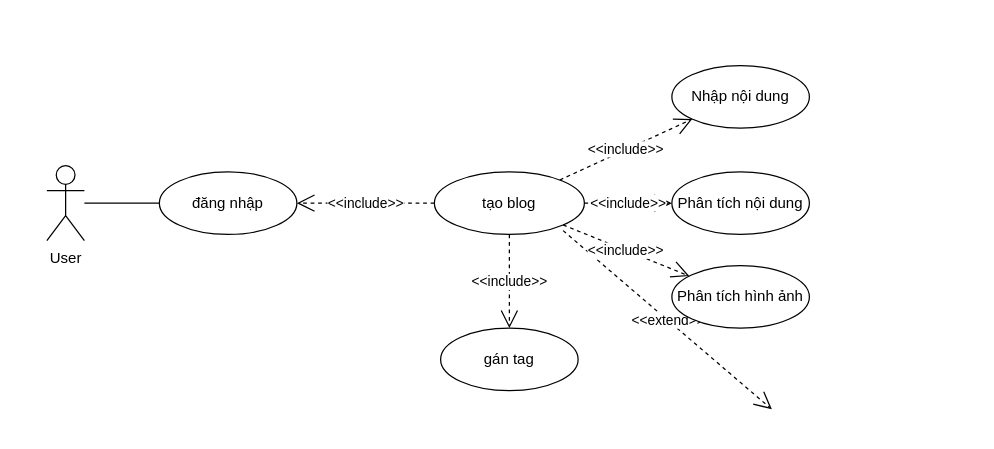
Earlier version of the draw.io diagram BlogProject/BlogProject/Taoblog.drawio (TranThanhHoang123/Blog). Source tidied: cells renumbered, new cells numbered last; positions are measured from the earlier drawing's top-left corner, leaving out a move shared by most shapes. Both pictures are drawn from the tidied source at 125%, with x=0, y=0 at pixel (46, 65).
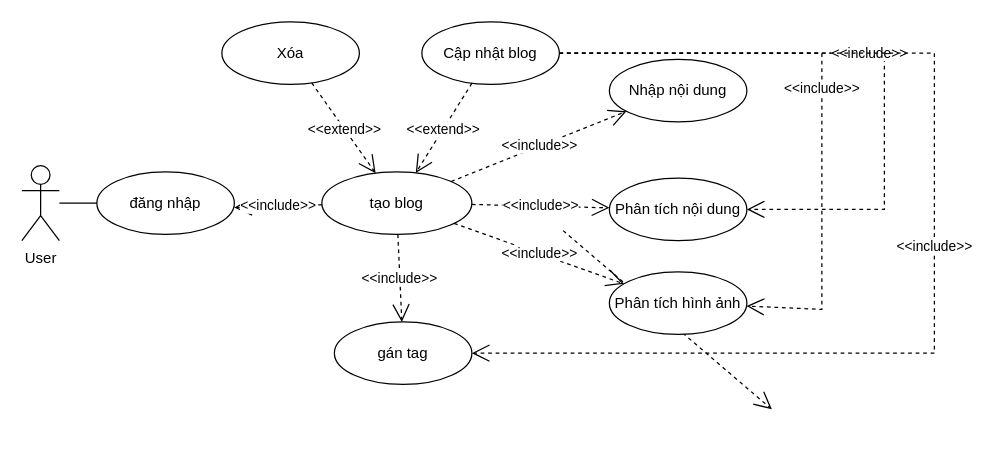
After the change.

Diff of the diagram source:
```diff
@@
     <mxCell id="2" value="User" style="shape=umlActor;verticalLabelPosition=bottom;verticalAlign=top;html=1;outlineConnect=0;" parent="1" vertex="1">
-      <mxGeometry y="80" width="30" height="60" as="geometry" />
+      <mxGeometry x="-20" y="80" width="30" height="60" as="geometry" />
     </mxCell>
     <mxCell id="3" value="đăng nhập" style="ellipse;whiteSpace=wrap;html=1;" parent="1" vertex="1">
-      <mxGeometry x="90" y="85" width="110" height="50" as="geometry" />
+      <mxGeometry x="40" y="85" width="110" height="50" as="geometry" />
     </mxCell>
@@
     <mxCell id="5" value="tạo blog" style="ellipse;whiteSpace=wrap;html=1;" parent="1" vertex="1">
-      <mxGeometry x="310" y="85" width="120" height="50" as="geometry" />
+      <mxGeometry x="220" y="85" width="120" height="50" as="geometry" />
     </mxCell>
-    <mxCell id="6" value="&amp;lt;&amp;lt;include&amp;gt;&amp;gt;" style="endArrow=open;endSize=12;dashed=1;html=1;rounded=0;strokeColor=default;align=center;verticalAlign=middle;fontFamily=Helvetica;fontSize=11;fontColor=default;labelBackgroundColor=default;edgeStyle=none;" parent="1" edge="1" source="5" target="3">
-      <mxGeometry relative="1" as="geometry" />
+    <mxCell id="6" value="&amp;lt;&amp;lt;include&amp;gt;&amp;gt;" style="endArrow=open;endSize=12;dashed=1;html=1;rounded=0;strokeColor=default;align=center;verticalAlign=middle;fontFamily=Helvetica;fontSize=11;fontColor=default;labelBackgroundColor=default;edgeStyle=none;" parent="1" edge="1" source="5">
+      <mxGeometry relative="1" as="geometry">
+        <mxPoint x="149.9" y="113.5" as="targetPoint" />
+      </mxGeometry>
     </mxCell>
@@
     <mxCell id="8" value="gán tag" style="ellipse;whiteSpace=wrap;html=1;" parent="1" vertex="1">
-      <mxGeometry x="315" y="210" width="110" height="50" as="geometry" />
+      <mxGeometry x="230" y="205" width="110" height="50" as="geometry" />
     </mxCell>
@@
     <mxCell id="10" value="Phân tích nội dung" style="ellipse;whiteSpace=wrap;html=1;" parent="1" vertex="1">
-      <mxGeometry x="500" y="85" width="110" height="50" as="geometry" />
+      <mxGeometry x="450" y="90" width="110" height="50" as="geometry" />
     </mxCell>
     <mxCell id="11" value="Phân tích hình ảnh" style="ellipse;whiteSpace=wrap;html=1;" parent="1" vertex="1">
-      <mxGeometry x="500" y="160" width="110" height="50" as="geometry" />
+      <mxGeometry x="450" y="165" width="110" height="50" as="geometry" />
     </mxCell>
@@
     <mxCell id="14" value="Nhập nội dung" style="ellipse;whiteSpace=wrap;html=1;" parent="1" vertex="1">
-      <mxGeometry x="500" width="110" height="50" as="geometry" />
+      <mxGeometry x="450" y="-5" width="110" height="50" as="geometry" />
     </mxCell>
@@
+    <mxCell id="16" value="Cập nhật blog" style="ellipse;whiteSpace=wrap;html=1;" parent="1" vertex="1">
+      <mxGeometry x="300" y="-35" width="110" height="50" as="geometry" />
+    </mxCell>
+    <mxCell id="17" value="Xóa" style="ellipse;whiteSpace=wrap;html=1;" parent="1" vertex="1">
+      <mxGeometry x="140" y="-35" width="110" height="50" as="geometry" />
+    </mxCell>
+    <mxCell id="18" value="&amp;lt;&amp;lt;extend&amp;gt;&amp;gt;" style="endArrow=open;endSize=12;dashed=1;html=1;rounded=0;strokeColor=default;align=center;verticalAlign=middle;fontFamily=Helvetica;fontSize=11;fontColor=default;labelBackgroundColor=default;edgeStyle=none;" parent="1" edge="1" source="16" target="5">
+      <mxGeometry x="0.01" relative="1" as="geometry" />
+    </mxCell>
+    <mxCell id="19" value="&amp;lt;&amp;lt;extend&amp;gt;&amp;gt;" style="endArrow=open;endSize=12;dashed=1;html=1;rounded=0;strokeColor=default;align=center;verticalAlign=middle;fontFamily=Helvetica;fontSize=11;fontColor=default;labelBackgroundColor=default;edgeStyle=none;" parent="1" edge="1" source="17" target="5">
+      <mxGeometry x="0.01" relative="1" as="geometry" />
+    </mxCell>
+    <mxCell id="20" value="&amp;lt;&amp;lt;include&amp;gt;&amp;gt;" style="endArrow=open;endSize=12;dashed=1;html=1;rounded=0;strokeColor=default;align=center;verticalAlign=middle;fontFamily=Helvetica;fontSize=11;fontColor=default;labelBackgroundColor=default;edgeStyle=none;" parent="1" edge="1" source="16" target="10">
+      <mxGeometry relative="1" as="geometry">
+        <Array as="points">
+          <mxPoint x="670" y="-10" />
+          <mxPoint x="670" y="115" />
+        </Array>
+      </mxGeometry>
+    </mxCell>
+    <mxCell id="21" value="&amp;lt;&amp;lt;include&amp;gt;&amp;gt;" style="endArrow=open;endSize=12;dashed=1;html=1;rounded=0;strokeColor=default;align=center;verticalAlign=middle;fontFamily=Helvetica;fontSize=11;fontColor=default;labelBackgroundColor=default;edgeStyle=none;exitX=1;exitY=0.5;exitDx=0;exitDy=0;" parent="1" edge="1" source="16" target="11">
+      <mxGeometry relative="1" as="geometry">
+        <Array as="points">
+          <mxPoint x="620" y="-10" />
+          <mxPoint x="620" y="195" />
+        </Array>
+      </mxGeometry>
+    </mxCell>
+    <mxCell id="22" value="&amp;lt;&amp;lt;include&amp;gt;&amp;gt;" style="endArrow=open;endSize=12;dashed=1;html=1;rounded=0;strokeColor=default;align=center;verticalAlign=middle;fontFamily=Helvetica;fontSize=11;fontColor=default;labelBackgroundColor=default;edgeStyle=none;" parent="1" edge="1" source="16" target="8">
+      <mxGeometry relative="1" as="geometry">
+        <Array as="points">
+          <mxPoint x="710" y="-10" />
+          <mxPoint x="710" y="230" />
+        </Array>
+      </mxGeometry>
+    </mxCell>
```
